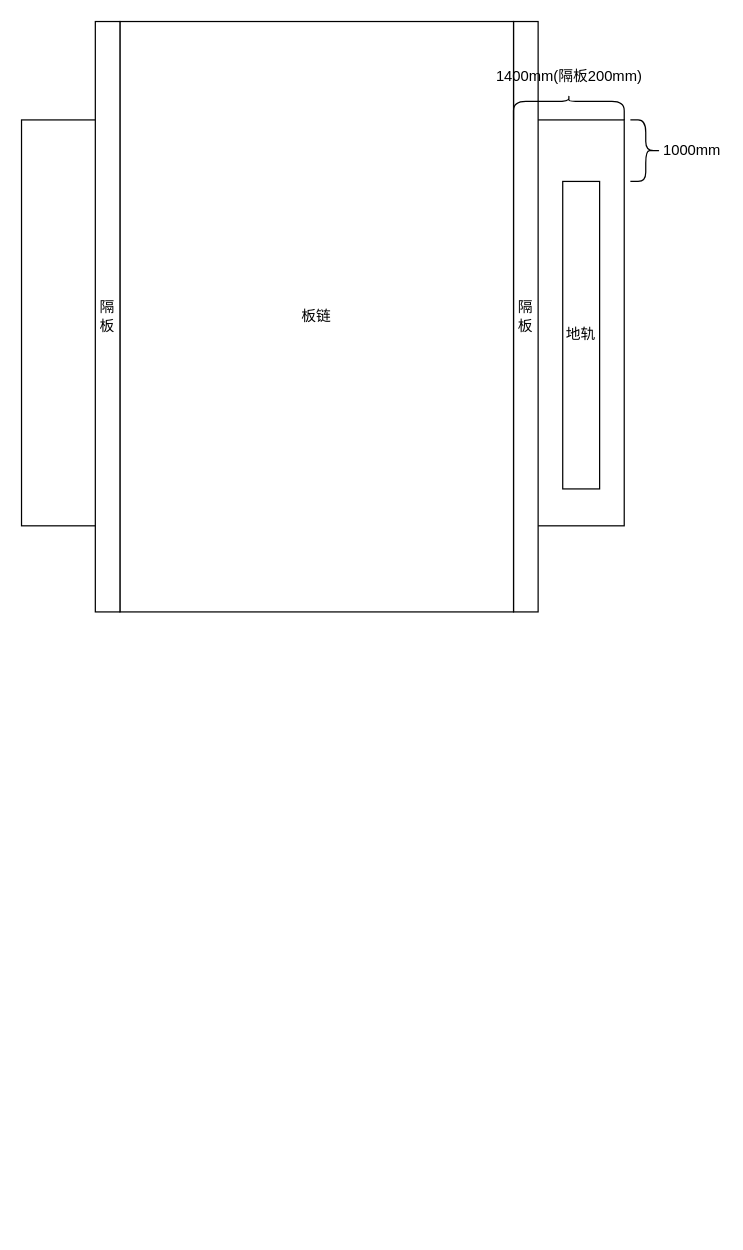
This is data/PDI.drawio from chenyanxi/hosts, a draw.io file, before an edit. Source tidied: cells renumbered, new cells numbered last; positions are measured from the earlier drawing's top-left corner, leaving out a move shared by most shapes. Both pictures are drawn from the tidied source at 123%, with x=0, y=0 at pixel (21, 21).
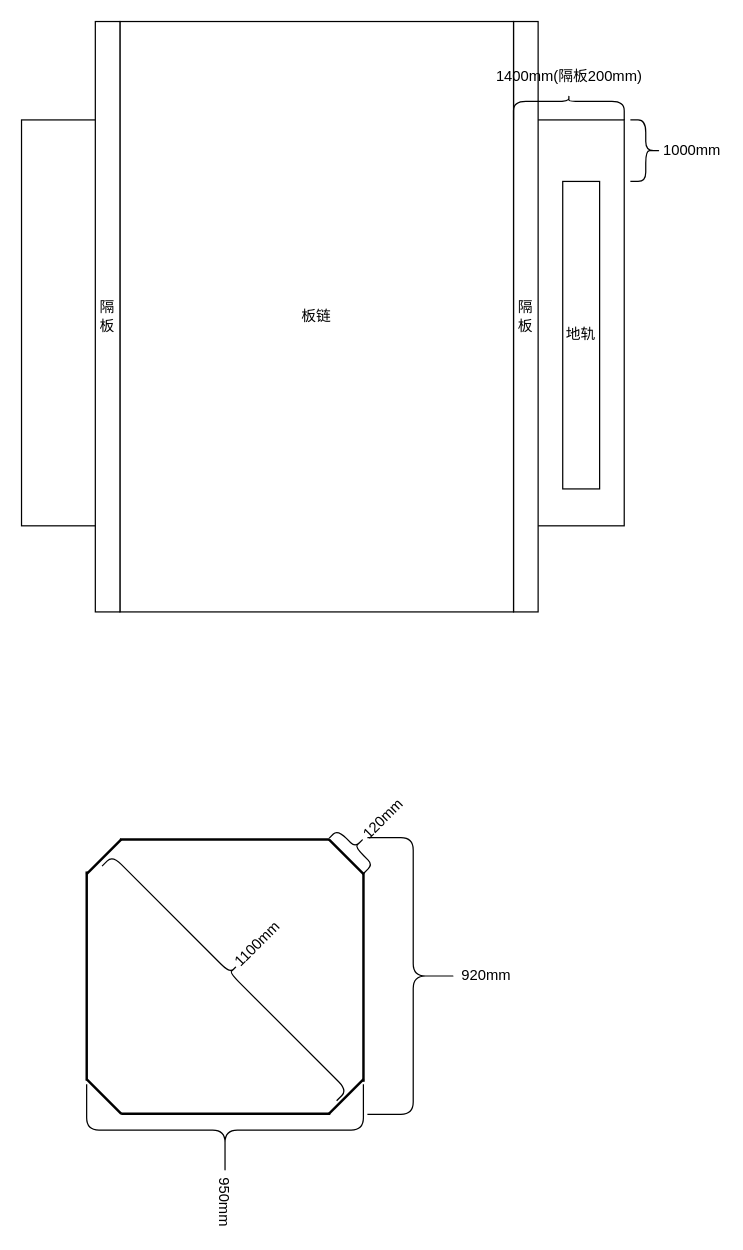
After the change.

Diff of the diagram source:
```diff
@@
+    <mxCell id="10" style="line;strokeWidth=2;html=1;" parent="1" vertex="1">
+      <mxGeometry x="80" y="660" width="170" height="10" as="geometry" />
+    </mxCell>
+    <mxCell id="11" style="line;strokeWidth=2;html=1;rotation=-45;" parent="1" vertex="1">
+      <mxGeometry x="47" y="674" width="40" height="10" as="geometry" />
+    </mxCell>
+    <mxCell id="12" style="line;strokeWidth=2;html=1;rotation=45;" parent="1" vertex="1">
+      <mxGeometry x="244" y="674" width="40" height="10" as="geometry" />
+    </mxCell>
+    <mxCell id="13" style="line;strokeWidth=2;html=1;rotation=90;" parent="1" vertex="1">
+      <mxGeometry x="-32" y="771" width="170" height="10" as="geometry" />
+    </mxCell>
+    <mxCell id="14" style="line;strokeWidth=2;html=1;rotation=45;" parent="1" vertex="1">
+      <mxGeometry x="47" y="869" width="40" height="10" as="geometry" />
+    </mxCell>
+    <mxCell id="15" style="line;strokeWidth=2;html=1;" parent="1" vertex="1">
+      <mxGeometry x="81" y="883" width="170" height="10" as="geometry" />
+    </mxCell>
+    <mxCell id="16" style="line;strokeWidth=2;html=1;rotation=-45;" parent="1" vertex="1">
+      <mxGeometry x="244" y="869" width="40" height="10" as="geometry" />
+    </mxCell>
+    <mxCell id="17" style="line;strokeWidth=2;html=1;rotation=90;" parent="1" vertex="1">
+      <mxGeometry x="193" y="772" width="170" height="10" as="geometry" />
+    </mxCell>
+    <mxCell id="18" value="1100mm" style="shape=curlyBracket;whiteSpace=wrap;html=1;rounded=1;flipH=1;labelPosition=right;verticalLabelPosition=middle;align=left;verticalAlign=middle;rotation=-45;size=0.3960000000000036;" parent="1" vertex="1">
+      <mxGeometry x="157.9" y="640.1" width="20" height="269.7" as="geometry" />
+    </mxCell>
+    <mxCell id="19" value="120mm" style="shape=curlyBracket;whiteSpace=wrap;html=1;rounded=1;flipH=1;labelPosition=right;verticalLabelPosition=middle;align=left;verticalAlign=middle;rotation=-45;" parent="1" vertex="1">
+      <mxGeometry x="261.2" y="651.2" width="20" height="40" as="geometry" />
+    </mxCell>
+    <mxCell id="20" value="950mm" style="shape=curlyBracket;whiteSpace=wrap;html=1;rounded=1;flipH=1;labelPosition=right;verticalLabelPosition=middle;align=left;verticalAlign=middle;rotation=90;" parent="1" vertex="1">
+      <mxGeometry x="128.2" y="788.8" width="74.5" height="225" as="geometry" />
+    </mxCell>
+    <mxCell id="21" value="920mm" style="shape=curlyBracket;whiteSpace=wrap;html=1;rounded=1;flipH=1;labelPosition=right;verticalLabelPosition=middle;align=left;verticalAlign=middle;rotation=0;" parent="1" vertex="1">
+      <mxGeometry x="281.2" y="663.5" width="74.5" height="225" as="geometry" />
+    </mxCell>
```
